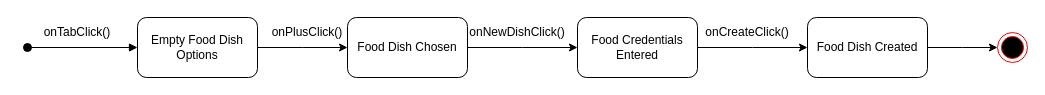
The draw.io diagram CreateNewFoodDishOption StateChart.drawio in Esaied19/Team-Albatross, before the edit. Source tidied: cells renumbered, new cells numbered last; positions are measured from the earlier drawing's top-left corner, leaving out a move shared by most shapes. Both pictures are drawn from the tidied source at 100%, with x=0, y=0 at pixel (27, 17).
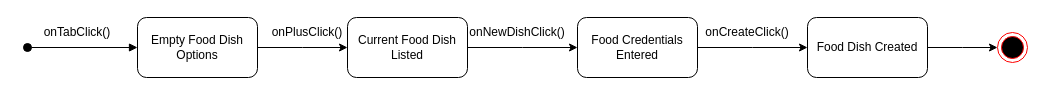
Above is the later version.

Change to the diagram source:
```diff
@@
 <mxGraphModel>
   <root>
     <mxCell id="0" />
     <mxCell id="1" parent="0" />
     <mxCell id="2" style="html=1;verticalAlign=bottom;startArrow=oval;startFill=1;endArrow=block;startSize=8;rounded=0;" parent="1" edge="1">
       <mxGeometry x="1" y="61" relative="1" as="geometry">
         <mxPoint y="30" as="sourcePoint" />
         <mxPoint x="110" y="30" as="targetPoint" />
         <mxPoint x="10" y="1" as="offset" />
       </mxGeometry>
     </mxCell>
     <mxCell id="3" style="edgeStyle=orthogonalEdgeStyle;rounded=0;jettySize=auto;html=1;" parent="1" edge="1" source="4">
       <mxGeometry relative="1" as="geometry">
         <mxPoint x="320" y="30" as="targetPoint" />
       </mxGeometry>
     </mxCell>
     <mxCell id="4" value="Empty Food Dish Options" style="rounded=1;whiteSpace=wrap;html=1;" parent="1" vertex="1">
       <mxGeometry x="110" width="120" height="60" as="geometry" />
     </mxCell>
     <mxCell id="5" value="onTabClick()" style="text;html=1;strokeColor=none;fillColor=none;align=center;verticalAlign=middle;whiteSpace=wrap;rounded=0;" parent="1" vertex="1">
       <mxGeometry x="20" width="60" height="30" as="geometry" />
     </mxCell>
     <mxCell id="6" value="onPlusClick()" style="text;html=1;strokeColor=none;fillColor=none;align=center;verticalAlign=middle;whiteSpace=wrap;rounded=0;" parent="1" vertex="1">
       <mxGeometry x="250" width="60" height="30" as="geometry" />
     </mxCell>
     <mxCell id="7" style="edgeStyle=orthogonalEdgeStyle;rounded=0;jettySize=auto;html=1;" parent="1" edge="1" source="8">
       <mxGeometry relative="1" as="geometry">
         <mxPoint x="550" y="30" as="targetPoint" />
       </mxGeometry>
     </mxCell>
-    <mxCell id="8" value="Food Dish Chosen" style="rounded=1;whiteSpace=wrap;html=1;" parent="1" vertex="1">
+    <mxCell id="8" value="Current Food Dish Listed" style="rounded=1;whiteSpace=wrap;html=1;" parent="1" vertex="1">
       <mxGeometry x="320" width="120" height="60" as="geometry" />
     </mxCell>
     <mxCell id="9" value="onNewDishClick()" style="text;html=1;strokeColor=none;fillColor=none;align=center;verticalAlign=middle;whiteSpace=wrap;rounded=0;" parent="1" vertex="1">
       <mxGeometry x="460" width="60" height="30" as="geometry" />
     </mxCell>
     <mxCell id="10" style="edgeStyle=orthogonalEdgeStyle;rounded=0;jettySize=auto;html=1;" parent="1" edge="1" source="11">
       <mxGeometry relative="1" as="geometry">
         <mxPoint x="780" y="30" as="targetPoint" />
       </mxGeometry>
     </mxCell>
     <mxCell id="11" value="Food Credentials Entered" style="rounded=1;whiteSpace=wrap;html=1;" parent="1" vertex="1">
       <mxGeometry x="550" width="120" height="60" as="geometry" />
     </mxCell>
     <mxCell id="12" value="onCreateClick()" style="text;html=1;strokeColor=none;fillColor=none;align=center;verticalAlign=middle;whiteSpace=wrap;rounded=0;" parent="1" vertex="1">
       <mxGeometry x="690" width="60" height="30" as="geometry" />
     </mxCell>
     <mxCell id="13" style="edgeStyle=orthogonalEdgeStyle;rounded=0;jettySize=auto;html=1;" parent="1" edge="1" source="14">
       <mxGeometry relative="1" as="geometry">
         <mxPoint x="970" y="30" as="targetPoint" />
       </mxGeometry>
     </mxCell>
     <mxCell id="14" value="Food Dish Created" style="rounded=1;whiteSpace=wrap;html=1;" parent="1" vertex="1">
       <mxGeometry x="780" width="120" height="60" as="geometry" />
     </mxCell>
     <mxCell id="15" style="ellipse;html=1;shape=endState;fillColor=#000000;strokeColor=#ff0000;" parent="1" vertex="1">
       <mxGeometry x="970" y="15" width="30" height="30" as="geometry" />
     </mxCell>
   </root>
 </mxGraphModel>
```
